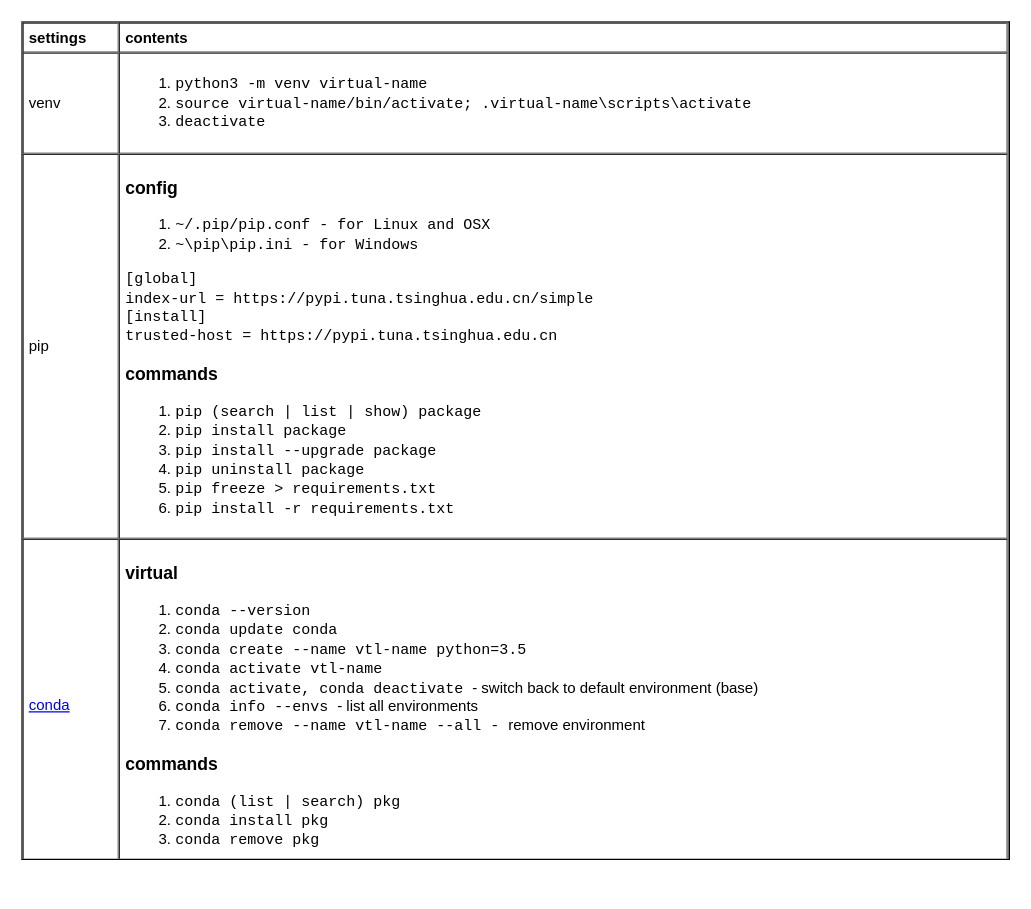
yangdj/tf_docs keeps this draw.io diagram as page "envs" (1 of 5) of languages/python/python.drawio. Above is the earlier version. Source tidied: cells renumbered, new cells numbered last; positions are measured from the earlier drawing's top-left corner, leaving out a move shared by most shapes. Both pictures are drawn from the tidied source at 125%, with x=0, y=0 at pixel (21, 21).
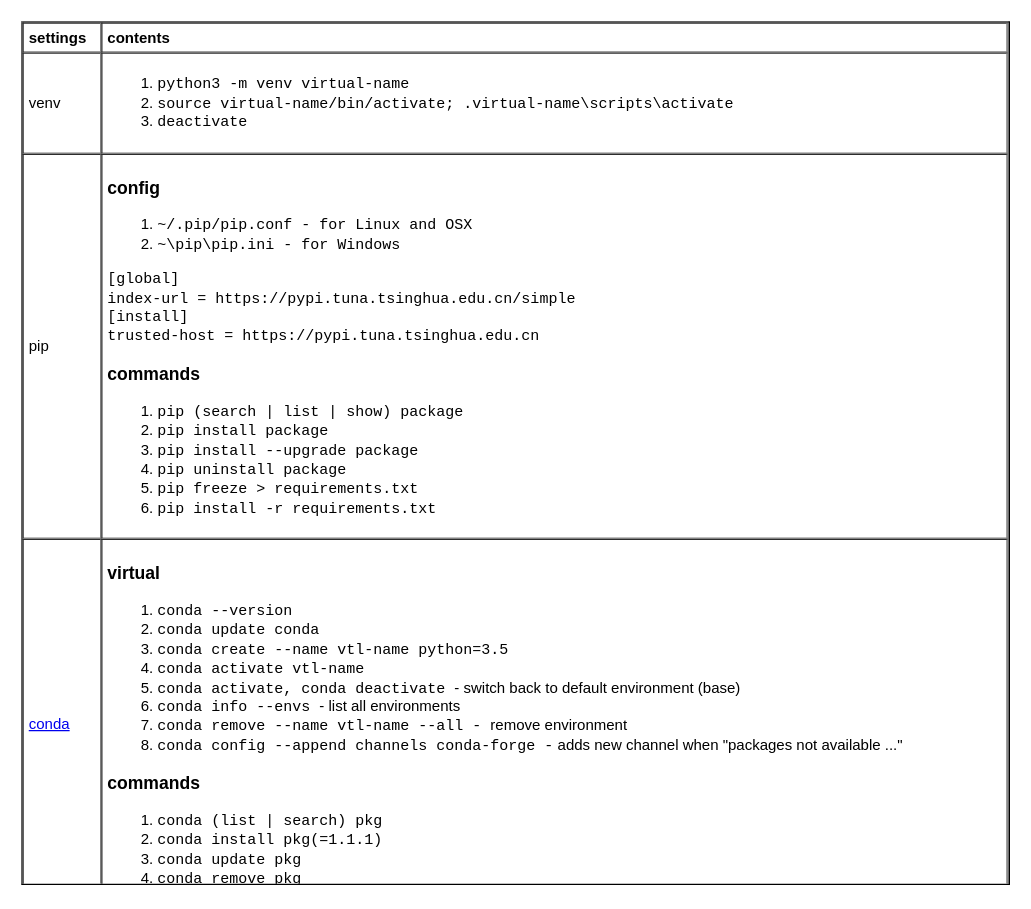
After the change.

Diff of the diagram source:
```diff
@@
 <mxGraphModel>
   <root>
     <mxCell id="0" />
     <mxCell id="1" parent="0" />
-    <mxCell id="2" value="&lt;table cellpadding=&quot;4&quot; cellspacing=&quot;0&quot; border=&quot;1&quot; style=&quot;font-size: 1em ; width: 100% ; height: 100%&quot;&gt;&lt;tbody&gt;&lt;tr&gt;&lt;th&gt;settings&lt;/th&gt;&lt;th&gt;contents&lt;/th&gt;&lt;/tr&gt;&lt;tr&gt;&lt;td&gt;venv&lt;/td&gt;&lt;td&gt;&lt;ol&gt;&lt;li&gt;&lt;font face=&quot;Courier New&quot;&gt;python3 -m venv virtual-name&lt;/font&gt;&lt;/li&gt;&lt;li&gt;&lt;font face=&quot;Courier New&quot;&gt;source virtual-name/bin/activate;&amp;nbsp;.virtual-name\scripts\activate&lt;/font&gt;&lt;/li&gt;&lt;li&gt;&lt;font face=&quot;Courier New&quot;&gt;deactivate&lt;/font&gt;&lt;/li&gt;&lt;/ol&gt;&lt;/td&gt;&lt;/tr&gt;&lt;tr&gt;&lt;td&gt;pip&lt;/td&gt;&lt;td&gt;&lt;h3&gt;config&lt;/h3&gt;&lt;div&gt;&lt;ol&gt;&lt;li&gt;&lt;font face=&quot;Courier New&quot;&gt;~/.pip/pip.conf - for Linux and OSX&lt;/font&gt;&lt;/li&gt;&lt;li&gt;&lt;font face=&quot;Courier New&quot;&gt;~\pip\pip.ini - for Windows&lt;/font&gt;&lt;/li&gt;&lt;/ol&gt;&lt;div&gt;&lt;span style=&quot;font-family: &amp;#34;courier new&amp;#34;&quot;&gt;[global]&lt;/span&gt;&lt;br&gt;&lt;blockquote style=&quot;border: none ; margin: 0px 0px 0px 40px ; padding: 0px&quot;&gt;&lt;/blockquote&gt;&lt;span style=&quot;font-family: &amp;#34;courier new&amp;#34;&quot;&gt;index-url = https://pypi.tuna.tsinghua.edu.cn/simple&lt;/span&gt;&lt;br&gt;&lt;blockquote style=&quot;border: none ; margin: 0px 0px 0px 40px ; padding: 0px&quot;&gt;&lt;/blockquote&gt;&lt;span style=&quot;font-family: &amp;#34;courier new&amp;#34;&quot;&gt;[install]&lt;/span&gt;&lt;br&gt;&lt;font face=&quot;Courier New&quot;&gt;trusted-host = https://pypi.tuna.tsinghua.edu.cn&lt;/font&gt;&lt;font face=&quot;Courier New&quot;&gt;&lt;br&gt;&lt;/font&gt;&lt;/div&gt;&lt;/div&gt;&lt;h3&gt;commands&lt;/h3&gt;&lt;div&gt;&lt;ol&gt;&lt;li&gt;&lt;font face=&quot;Courier New&quot;&gt;pip (search | list | show) package&lt;/font&gt;&lt;/li&gt;&lt;li&gt;&lt;font face=&quot;Courier New&quot;&gt;pip install package&lt;/font&gt;&lt;/li&gt;&lt;li&gt;&lt;font face=&quot;Courier New&quot;&gt;pip install --upgrade package&lt;/font&gt;&lt;/li&gt;&lt;li&gt;&lt;font face=&quot;Courier New&quot;&gt;pip uninstall package&lt;/font&gt;&lt;/li&gt;&lt;li&gt;&lt;font face=&quot;Courier New&quot;&gt;pip freeze &amp;gt; requirements.txt&lt;/font&gt;&lt;/li&gt;&lt;li&gt;&lt;font face=&quot;Courier New&quot;&gt;pip install -r requirements.txt&lt;/font&gt;&lt;/li&gt;&lt;/ol&gt;&lt;/div&gt;&lt;/td&gt;&lt;/tr&gt;&lt;tr&gt;&lt;td&gt;&lt;a href=&quot;https://conda.io/projects/conda/en/latest/user-guide/getting-started.html&quot;&gt;conda&lt;/a&gt;&lt;/td&gt;&lt;td&gt;&lt;h3&gt;virtual&lt;/h3&gt;&lt;ol&gt;&lt;li&gt;&lt;font face=&quot;Courier New&quot;&gt;conda --version&lt;/font&gt;&lt;/li&gt;&lt;li&gt;&lt;font face=&quot;Courier New&quot;&gt;conda update conda&lt;/font&gt;&lt;/li&gt;&lt;li&gt;&lt;font face=&quot;Courier New&quot;&gt;conda create --name vtl-name python=3.5&lt;/font&gt;&lt;br&gt;&lt;/li&gt;&lt;li&gt;&lt;font face=&quot;Courier New&quot;&gt;conda activate vtl-name&lt;/font&gt;&lt;/li&gt;&lt;li&gt;&lt;font face=&quot;Courier New&quot;&gt;conda activate, conda deactivate&amp;nbsp;&lt;/font&gt;- switch back to default environment (base)&lt;/li&gt;&lt;li&gt;&lt;font face=&quot;Courier New&quot;&gt;conda info --envs&amp;nbsp;&lt;/font&gt;- list all environments&lt;/li&gt;&lt;li&gt;&lt;font face=&quot;Courier New&quot;&gt;conda remove --name vtl-name --all -&amp;nbsp;&lt;/font&gt;remove environment&amp;nbsp;&lt;/li&gt;&lt;/ol&gt;&lt;h3&gt;commands&lt;/h3&gt;&lt;div&gt;&lt;ol&gt;&lt;li&gt;&lt;font face=&quot;Courier New&quot;&gt;conda (list | search) pkg&lt;/font&gt;&lt;/li&gt;&lt;li&gt;&lt;font face=&quot;Courier New&quot;&gt;conda install pkg&lt;/font&gt;&lt;/li&gt;&lt;li&gt;&lt;font face=&quot;Courier New&quot;&gt;conda remove pkg&lt;/font&gt;&lt;/li&gt;&lt;/ol&gt;&lt;/div&gt;&lt;/td&gt;&lt;/tr&gt;&lt;/tbody&gt;&lt;/table&gt; " style="verticalAlign=top;align=left;overflow=fill;fontSize=12;fontFamily=Helvetica;html=1;" parent="1" vertex="1">
-      <mxGeometry width="790" height="670" as="geometry" />
+    <mxCell id="2" value="&lt;table cellpadding=&quot;4&quot; cellspacing=&quot;0&quot; border=&quot;1&quot; style=&quot;font-size: 1em ; width: 100% ; height: 100%&quot;&gt;&lt;tbody&gt;&lt;tr&gt;&lt;th&gt;settings&lt;/th&gt;&lt;th&gt;contents&lt;/th&gt;&lt;/tr&gt;&lt;tr&gt;&lt;td&gt;venv&lt;/td&gt;&lt;td&gt;&lt;ol&gt;&lt;li&gt;&lt;font face=&quot;Courier New&quot;&gt;python3 -m venv virtual-name&lt;/font&gt;&lt;/li&gt;&lt;li&gt;&lt;font face=&quot;Courier New&quot;&gt;source virtual-name/bin/activate;&amp;nbsp;.virtual-name\scripts\activate&lt;/font&gt;&lt;/li&gt;&lt;li&gt;&lt;font face=&quot;Courier New&quot;&gt;deactivate&lt;/font&gt;&lt;/li&gt;&lt;/ol&gt;&lt;/td&gt;&lt;/tr&gt;&lt;tr&gt;&lt;td&gt;pip&lt;/td&gt;&lt;td&gt;&lt;h3&gt;config&lt;/h3&gt;&lt;div&gt;&lt;ol&gt;&lt;li&gt;&lt;font face=&quot;Courier New&quot;&gt;~/.pip/pip.conf - for Linux and OSX&lt;/font&gt;&lt;/li&gt;&lt;li&gt;&lt;font face=&quot;Courier New&quot;&gt;~\pip\pip.ini - for Windows&lt;/font&gt;&lt;/li&gt;&lt;/ol&gt;&lt;div&gt;&lt;span style=&quot;font-family: &amp;#34;courier new&amp;#34;&quot;&gt;[global]&lt;/span&gt;&lt;br&gt;&lt;blockquote style=&quot;border: none ; margin: 0px 0px 0px 40px ; padding: 0px&quot;&gt;&lt;/blockquote&gt;&lt;span style=&quot;font-family: &amp;#34;courier new&amp;#34;&quot;&gt;index-url = https://pypi.tuna.tsinghua.edu.cn/simple&lt;/span&gt;&lt;br&gt;&lt;blockquote style=&quot;border: none ; margin: 0px 0px 0px 40px ; padding: 0px&quot;&gt;&lt;/blockquote&gt;&lt;span style=&quot;font-family: &amp;#34;courier new&amp;#34;&quot;&gt;[install]&lt;/span&gt;&lt;br&gt;&lt;font face=&quot;Courier New&quot;&gt;trusted-host = https://pypi.tuna.tsinghua.edu.cn&lt;/font&gt;&lt;font face=&quot;Courier New&quot;&gt;&lt;br&gt;&lt;/font&gt;&lt;/div&gt;&lt;/div&gt;&lt;h3&gt;commands&lt;/h3&gt;&lt;div&gt;&lt;ol&gt;&lt;li&gt;&lt;font face=&quot;Courier New&quot;&gt;pip (search | list | show) package&lt;/font&gt;&lt;/li&gt;&lt;li&gt;&lt;font face=&quot;Courier New&quot;&gt;pip install package&lt;/font&gt;&lt;/li&gt;&lt;li&gt;&lt;font face=&quot;Courier New&quot;&gt;pip install --upgrade package&lt;/font&gt;&lt;/li&gt;&lt;li&gt;&lt;font face=&quot;Courier New&quot;&gt;pip uninstall package&lt;/font&gt;&lt;/li&gt;&lt;li&gt;&lt;font face=&quot;Courier New&quot;&gt;pip freeze &amp;gt; requirements.txt&lt;/font&gt;&lt;/li&gt;&lt;li&gt;&lt;font face=&quot;Courier New&quot;&gt;pip install -r requirements.txt&lt;/font&gt;&lt;/li&gt;&lt;/ol&gt;&lt;/div&gt;&lt;/td&gt;&lt;/tr&gt;&lt;tr&gt;&lt;td&gt;&lt;a href=&quot;https://conda.io/projects/conda/en/latest/user-guide/getting-started.html&quot;&gt;conda&lt;/a&gt;&lt;/td&gt;&lt;td&gt;&lt;h3&gt;virtual&lt;/h3&gt;&lt;ol&gt;&lt;li&gt;&lt;font face=&quot;Courier New&quot;&gt;conda --version&lt;/font&gt;&lt;/li&gt;&lt;li&gt;&lt;font face=&quot;Courier New&quot;&gt;conda update conda&lt;/font&gt;&lt;/li&gt;&lt;li&gt;&lt;font face=&quot;Courier New&quot;&gt;conda create --name vtl-name python=3.5&lt;/font&gt;&lt;br&gt;&lt;/li&gt;&lt;li&gt;&lt;font face=&quot;Courier New&quot;&gt;conda activate vtl-name&lt;/font&gt;&lt;/li&gt;&lt;li&gt;&lt;font face=&quot;Courier New&quot;&gt;conda activate, conda deactivate&amp;nbsp;&lt;/font&gt;- switch back to default environment (base)&lt;/li&gt;&lt;li&gt;&lt;font face=&quot;Courier New&quot;&gt;conda info --envs&amp;nbsp;&lt;/font&gt;- list all environments&lt;/li&gt;&lt;li&gt;&lt;font face=&quot;Courier New&quot;&gt;conda remove --name vtl-name --all -&amp;nbsp;&lt;/font&gt;remove environment&lt;/li&gt;&lt;li&gt;&lt;font face=&quot;Courier New&quot;&gt;conda config --append channels conda-forge -&lt;/font&gt; adds new channel when &quot;packages not available ...&quot;&lt;br&gt;&lt;/li&gt;&lt;/ol&gt;&lt;h3&gt;commands&lt;/h3&gt;&lt;div&gt;&lt;ol&gt;&lt;li&gt;&lt;font face=&quot;Courier New&quot;&gt;conda (list | search) pkg&lt;/font&gt;&lt;/li&gt;&lt;li&gt;&lt;font face=&quot;Courier New&quot;&gt;conda install pkg(=1.1.1)&lt;/font&gt;&lt;/li&gt;&lt;li&gt;&lt;font face=&quot;Courier New&quot;&gt;conda update pkg&lt;/font&gt;&lt;/li&gt;&lt;li&gt;&lt;font face=&quot;Courier New&quot;&gt;conda remove pkg&lt;/font&gt;&lt;/li&gt;&lt;/ol&gt;&lt;/div&gt;&lt;/td&gt;&lt;/tr&gt;&lt;/tbody&gt;&lt;/table&gt; " style="verticalAlign=top;align=left;overflow=fill;fontSize=12;fontFamily=Helvetica;html=1;" parent="1" vertex="1">
+      <mxGeometry width="790" height="690" as="geometry" />
     </mxCell>
   </root>
 </mxGraphModel>
```
